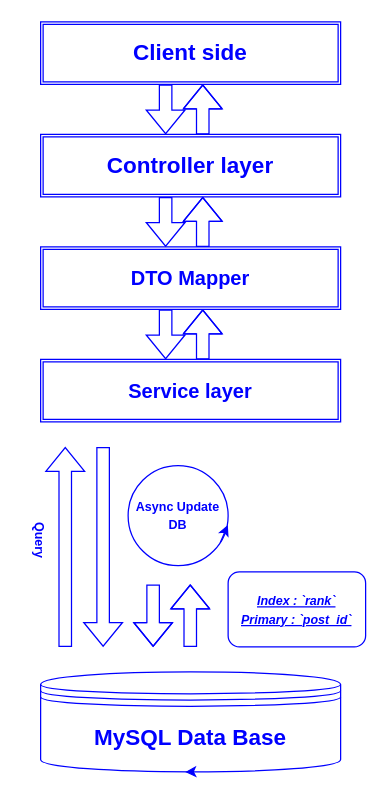
The draw.io diagram diagram.drawio in YamtalDev/HackerNews-API, before the edit. Source tidied: cells renumbered, new cells numbered last; positions are measured from the earlier drawing's top-left corner, leaving out a move shared by most shapes. Both pictures are drawn from the tidied source at 125%, with x=0, y=0 at pixel (2, 21).
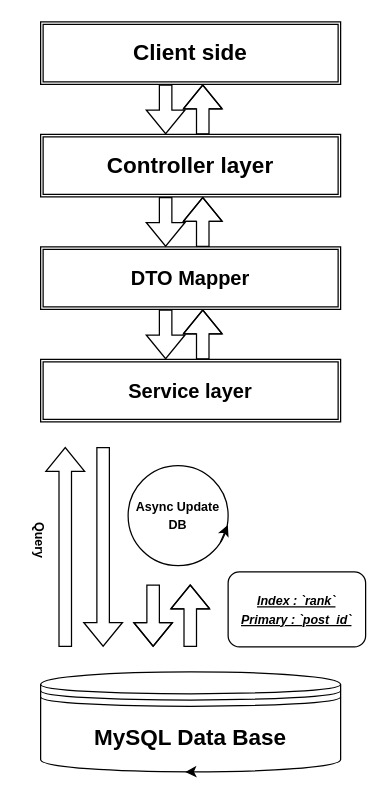
Above is the later version.

What changed in the source:
```diff
@@
-    <mxCell id="2" value="&lt;font color=&quot;#0000ff&quot; size=&quot;3&quot;&gt;&lt;b&gt;DTO Mapper&lt;/b&gt;&lt;/font&gt;" style="shape=ext;double=1;rounded=0;whiteSpace=wrap;html=1;fillColor=none;strokeColor=#0000FF;" parent="1" vertex="1">
+    <mxCell id="2" value="&lt;font size=&quot;3&quot;&gt;&lt;b&gt;DTO Mapper&lt;/b&gt;&lt;/font&gt;" style="shape=ext;double=1;rounded=0;whiteSpace=wrap;html=1;fillColor=none;" parent="1" vertex="1">
       <mxGeometry x="30" y="180" width="240" height="50" as="geometry" />
     </mxCell>
-    <mxCell id="3" value="&lt;b&gt;&lt;font color=&quot;#0000ff&quot; style=&quot;font-size: 18px;&quot;&gt;Controller layer&lt;/font&gt;&lt;/b&gt;" style="shape=ext;double=1;rounded=0;whiteSpace=wrap;html=1;fillColor=none;strokeColor=#0000FF;" parent="1" vertex="1">
+    <mxCell id="3" value="&lt;b&gt;&lt;font style=&quot;font-size: 18px;&quot;&gt;Controller layer&lt;/font&gt;&lt;/b&gt;" style="shape=ext;double=1;rounded=0;whiteSpace=wrap;html=1;fillColor=none;" parent="1" vertex="1">
       <mxGeometry x="30" y="90" width="240" height="50" as="geometry" />
     </mxCell>
-    <mxCell id="4" value="&lt;b style=&quot;&quot;&gt;&lt;font color=&quot;#0000ff&quot; style=&quot;font-size: 18px;&quot;&gt;Client side&lt;/font&gt;&lt;/b&gt;" style="shape=ext;double=1;rounded=0;whiteSpace=wrap;html=1;fillColor=none;strokeColor=#0000FF;" parent="1" vertex="1">
+    <mxCell id="4" value="&lt;b style=&quot;&quot;&gt;&lt;font style=&quot;font-size: 18px;&quot;&gt;Client side&lt;/font&gt;&lt;/b&gt;" style="shape=ext;double=1;rounded=0;whiteSpace=wrap;html=1;fillColor=none;" parent="1" vertex="1">
       <mxGeometry x="30" width="240" height="50" as="geometry" />
     </mxCell>
-    <mxCell id="5" style="shape=flexArrow;endArrow=classic;html=1;strokeColor=#0000FF;fillColor=none;rounded=0;" parent="1" edge="1">
+    <mxCell id="5" style="shape=flexArrow;endArrow=classic;html=1;strokeColor=#000000;fillColor=none;rounded=0;" parent="1" edge="1">
       <mxGeometry relative="1" as="geometry">
         <mxPoint x="49.7" y="500" as="sourcePoint" />
         <mxPoint x="49.7" y="340" as="targetPoint" />
       </mxGeometry>
     </mxCell>
-    <mxCell id="6" style="shape=flexArrow;endArrow=classic;html=1;fillColor=none;rounded=0;strokeColor=#0000FF;" parent="1" edge="1">
+    <mxCell id="6" style="shape=flexArrow;endArrow=classic;html=1;fillColor=none;rounded=0;" parent="1" edge="1">
       <mxGeometry relative="1" as="geometry">
         <mxPoint x="149.7" y="500" as="sourcePoint" />
         <mxPoint x="149.7" y="450" as="targetPoint" />
         <Array as="points">
           <mxPoint x="149.7" y="480" />
           <mxPoint x="149.7" y="470" />
         </Array>
       </mxGeometry>
     </mxCell>
-    <mxCell id="7" style="shape=flexArrow;endArrow=classic;html=1;fillColor=none;rounded=0;strokeColor=#0000FF;" parent="1" edge="1">
+    <mxCell id="7" style="shape=flexArrow;endArrow=classic;html=1;fillColor=none;rounded=0;" parent="1" edge="1">
       <mxGeometry relative="1" as="geometry">
         <mxPoint x="120" y="450" as="sourcePoint" />
         <mxPoint x="120" y="500" as="targetPoint" />
         <Array as="points">
           <mxPoint x="120" y="450" />
           <mxPoint x="120" y="480" />
         </Array>
       </mxGeometry>
     </mxCell>
@@
-    <mxCell id="9" value="&lt;b&gt;&lt;font color=&quot;#0000ff&quot; style=&quot;font-size: 18px;&quot;&gt;MySQL Data Base&lt;/font&gt;&lt;/b&gt;" style="shape=datastore;whiteSpace=wrap;html=1;strokeColor=#0000FF;fillColor=none;rounded=0;" parent="1" vertex="1">
+    <mxCell id="9" value="&lt;b&gt;&lt;font style=&quot;font-size: 18px;&quot;&gt;MySQL Data Base&lt;/font&gt;&lt;/b&gt;" style="shape=datastore;whiteSpace=wrap;html=1;strokeColor=#000000;fillColor=none;rounded=0;" parent="1" vertex="1">
       <mxGeometry x="30" y="520" width="240" height="80" as="geometry" />
     </mxCell>
-    <mxCell id="10" value="&lt;font style=&quot;font-size: 10px;&quot;&gt;&lt;b&gt;&lt;font color=&quot;#0000ff&quot;&gt;Async Update&lt;br&gt;DB&lt;/font&gt;&lt;br&gt;&lt;/b&gt;&lt;/font&gt;" style="ellipse;whiteSpace=wrap;html=1;fontSize=11;rounded=0;perimeterSpacing=0;shadow=0;fillColor=none;strokeColor=#0000FF;" parent="1" vertex="1">
+    <mxCell id="10" value="&lt;font style=&quot;font-size: 10px;&quot;&gt;&lt;b&gt;Async Update&lt;br&gt;DB&lt;br&gt;&lt;/b&gt;&lt;/font&gt;" style="ellipse;whiteSpace=wrap;html=1;fontSize=11;rounded=0;perimeterSpacing=0;shadow=0;fillColor=none;" parent="1" vertex="1">
       <mxGeometry x="100" y="355" width="80" height="80" as="geometry" />
     </mxCell>
-    <mxCell id="11" style="endArrow=classic;html=1;fontSize=11;exitX=0.921;exitY=0.771;exitDx=0;exitDy=0;exitPerimeter=0;entryX=0.997;entryY=0.593;entryDx=0;entryDy=0;entryPerimeter=0;rounded=0;strokeColor=#0000FF;" parent="1" edge="1" source="10" target="10">
+    <mxCell id="11" style="endArrow=classic;html=1;fontSize=11;exitX=0.921;exitY=0.771;exitDx=0;exitDy=0;exitPerimeter=0;entryX=0.997;entryY=0.593;entryDx=0;entryDy=0;entryPerimeter=0;rounded=0;" parent="1" edge="1" source="10" target="10">
       <mxGeometry relative="1" as="geometry" />
     </mxCell>
-    <mxCell id="12" style="edgeStyle=none;html=1;exitX=0.5;exitY=1;exitDx=0;exitDy=0;entryX=0.482;entryY=1.002;entryDx=0;entryDy=0;entryPerimeter=0;fontSize=10;curved=1;strokeColor=#0000FF;" parent="1" edge="1" source="9" target="9">
+    <mxCell id="12" style="edgeStyle=none;html=1;exitX=0.5;exitY=1;exitDx=0;exitDy=0;entryX=0.482;entryY=1.002;entryDx=0;entryDy=0;entryPerimeter=0;fontSize=10;curved=1;" parent="1" edge="1" source="9" target="9">
       <mxGeometry relative="1" as="geometry" />
     </mxCell>
-    <mxCell id="13" value="&lt;b&gt;&lt;font color=&quot;#0000ff&quot;&gt;Query&lt;/font&gt;&lt;/b&gt;" style="text;html=1;strokeColor=none;fillColor=none;align=center;verticalAlign=middle;whiteSpace=wrap;rounded=0;fontSize=10;rotation=90;" parent="1" vertex="1">
+    <mxCell id="13" value="&lt;b&gt;Query&lt;/b&gt;" style="text;html=1;strokeColor=none;fillColor=none;align=center;verticalAlign=middle;whiteSpace=wrap;rounded=0;fontSize=10;rotation=90;" parent="1" vertex="1">
       <mxGeometry y="400" width="60" height="30" as="geometry" />
     </mxCell>
-    <mxCell id="14" style="shape=flexArrow;endArrow=classic;html=1;fillColor=none;rounded=0;strokeColor=#0000FF;" parent="1" edge="1">
+    <mxCell id="14" style="shape=flexArrow;endArrow=classic;html=1;fillColor=none;rounded=0;" parent="1" edge="1">
       <mxGeometry relative="1" as="geometry">
         <mxPoint x="159.7" y="270" as="sourcePoint" />
         <mxPoint x="159.7" y="230" as="targetPoint" />
         <Array as="points">
           <mxPoint x="159.7" y="260" />
           <mxPoint x="159.7" y="250" />
         </Array>
       </mxGeometry>
     </mxCell>
-    <mxCell id="15" style="shape=flexArrow;endArrow=classic;html=1;fontSize=10;fillColor=none;rounded=0;strokeColor=#0000FF;" parent="1" edge="1">
+    <mxCell id="15" style="shape=flexArrow;endArrow=classic;html=1;fontSize=10;fillColor=none;rounded=0;" parent="1" edge="1">
       <mxGeometry relative="1" as="geometry">
         <mxPoint x="130" y="230" as="sourcePoint" />
         <mxPoint x="130" y="270" as="targetPoint" />
       </mxGeometry>
     </mxCell>
-    <mxCell id="16" style="shape=flexArrow;endArrow=classic;html=1;fillColor=none;rounded=0;strokeColor=#0000FF;" parent="1" edge="1">
+    <mxCell id="16" style="shape=flexArrow;endArrow=classic;html=1;fillColor=none;rounded=0;" parent="1" edge="1">
       <mxGeometry relative="1" as="geometry">
         <mxPoint x="159.7" y="180" as="sourcePoint" />
         <mxPoint x="159.7" y="140" as="targetPoint" />
         <Array as="points">
           <mxPoint x="159.7" y="170" />
           <mxPoint x="159.7" y="160" />
         </Array>
       </mxGeometry>
     </mxCell>
-    <mxCell id="17" style="shape=flexArrow;endArrow=classic;html=1;fontSize=10;fillColor=none;rounded=0;strokeColor=#0000FF;" parent="1" edge="1">
+    <mxCell id="17" style="shape=flexArrow;endArrow=classic;html=1;fontSize=10;fillColor=none;rounded=0;" parent="1" edge="1">
       <mxGeometry relative="1" as="geometry">
         <mxPoint x="130" y="140" as="sourcePoint" />
         <mxPoint x="130" y="180" as="targetPoint" />
       </mxGeometry>
     </mxCell>
-    <mxCell id="18" style="shape=flexArrow;endArrow=classic;html=1;fontSize=10;fillColor=none;rounded=0;strokeColor=#0000FF;" parent="1" edge="1">
+    <mxCell id="18" style="shape=flexArrow;endArrow=classic;html=1;fontSize=10;fillColor=none;rounded=0;" parent="1" edge="1">
       <mxGeometry relative="1" as="geometry">
         <mxPoint x="130" y="50" as="sourcePoint" />
         <mxPoint x="130" y="90" as="targetPoint" />
       </mxGeometry>
     </mxCell>
-    <mxCell id="19" style="shape=flexArrow;endArrow=classic;html=1;fillColor=none;rounded=0;strokeColor=#0000FF;" parent="1" edge="1">
+    <mxCell id="19" style="shape=flexArrow;endArrow=classic;html=1;fillColor=none;rounded=0;" parent="1" edge="1">
       <mxGeometry relative="1" as="geometry">
         <mxPoint x="159.7" y="90" as="sourcePoint" />
         <mxPoint x="159.7" y="50" as="targetPoint" />
         <Array as="points">
           <mxPoint x="159.7" y="80" />
           <mxPoint x="159.7" y="70" />
         </Array>
       </mxGeometry>
     </mxCell>
-    <mxCell id="20" value="&lt;font color=&quot;#0000ff&quot; size=&quot;3&quot;&gt;&lt;b&gt;Service layer&lt;/b&gt;&lt;/font&gt;" style="shape=ext;double=1;rounded=0;whiteSpace=wrap;html=1;fillColor=none;strokeColor=#0000FF;" parent="1" vertex="1">
+    <mxCell id="20" value="&lt;font size=&quot;3&quot;&gt;&lt;b&gt;Service layer&lt;/b&gt;&lt;/font&gt;" style="shape=ext;double=1;rounded=0;whiteSpace=wrap;html=1;fillColor=none;" parent="1" vertex="1">
       <mxGeometry x="30" y="270" width="240" height="50" as="geometry" />
     </mxCell>
-    <mxCell id="21" value="&lt;font color=&quot;#0000ff&quot;&gt;&lt;i style=&quot;font-size: 10px; font-weight: 700; text-align: left;&quot;&gt;&lt;u&gt;Index : `rank`&lt;br&gt;&lt;/u&gt;&lt;/i&gt;&lt;u style=&quot;font-size: 10px; font-weight: 700; text-align: left;&quot;&gt;&lt;i&gt;Primary : `post_id`&lt;/i&gt;&lt;/u&gt;&lt;/font&gt;" style="rounded=1;whiteSpace=wrap;html=1;fillColor=none;strokeColor=#0000FF;" parent="1" vertex="1">
+    <mxCell id="21" value="&lt;i style=&quot;font-size: 10px; font-weight: 700; text-align: left;&quot;&gt;&lt;u&gt;Index : `rank`&lt;br&gt;&lt;/u&gt;&lt;/i&gt;&lt;u style=&quot;font-size: 10px; font-weight: 700; text-align: left;&quot;&gt;&lt;i&gt;Primary : `post_id`&lt;/i&gt;&lt;/u&gt;" style="rounded=1;whiteSpace=wrap;html=1;fillColor=none;" parent="1" vertex="1">
       <mxGeometry x="180" y="440" width="110" height="60" as="geometry" />
     </mxCell>
-    <mxCell id="22" style="shape=flexArrow;endArrow=classic;html=1;strokeColor=#0000FF;fillColor=none;rounded=0;" parent="1" edge="1">
+    <mxCell id="22" style="shape=flexArrow;endArrow=classic;html=1;strokeColor=#000000;fillColor=none;rounded=0;" parent="1" edge="1">
       <mxGeometry relative="1" as="geometry">
         <mxPoint x="80" y="340" as="sourcePoint" />
         <mxPoint x="80" y="500" as="targetPoint" />
       </mxGeometry>
     </mxCell>
```
